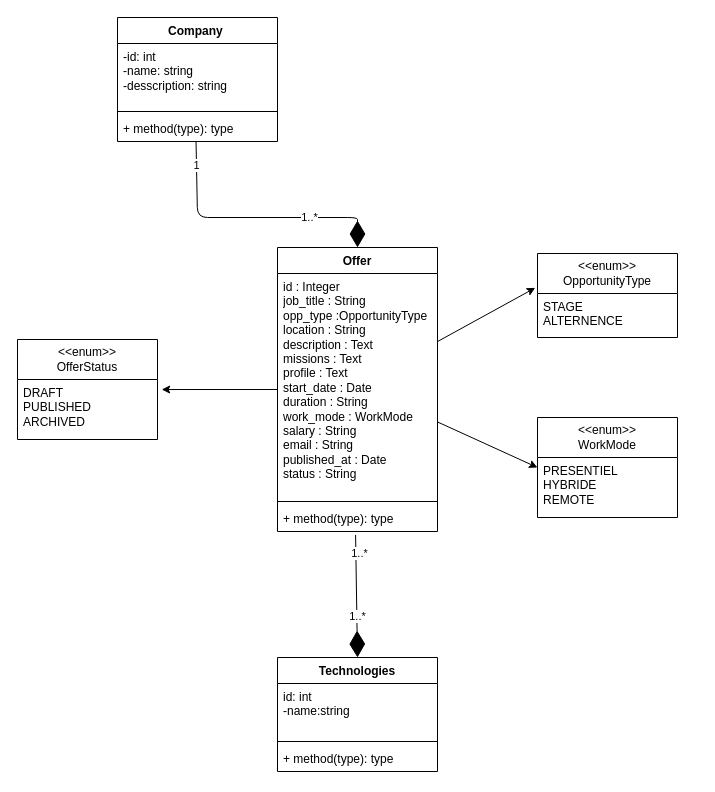
Before: docs/uml/class-diagram.drawio in HIBA53757/YouApply, a draw.io diagram. Source tidied: cells renumbered, new cells numbered last; positions are measured from the earlier drawing's top-left corner, leaving out a move shared by most shapes. Both pictures are drawn from the tidied source at 100%, with x=0, y=0 at pixel (17, 17).
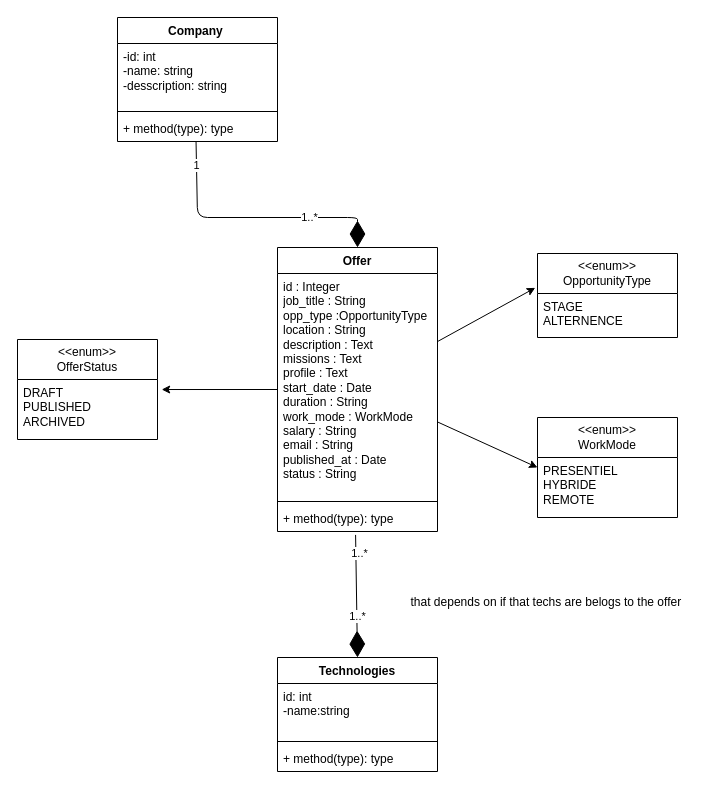
Above is the later version.

Commit message (it also covers changes not shown here):
docs: YOUAP-114 diagram sequence

Change to the diagram source:
```diff
@@
+    <mxCell id="29" value="that depends on if that techs are belogs to the offer&amp;nbsp;" style="text;html=1;align=center;verticalAlign=middle;strokeColor=none;fillColor=none;" parent="1" vertex="1">
+      <mxGeometry x="380" y="570" width="300" height="30" as="geometry" />
+    </mxCell>
```
